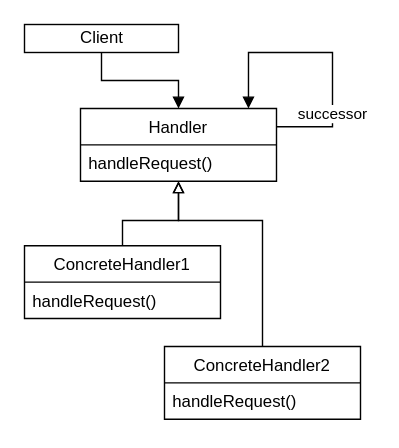
Above: page "ChainOfResponeibility" (13 of 24) of drawio/DesignPatterns.drawio in traendy/patterns-app (draw.io), before the change. Source tidied: cells renumbered, new cells numbered last; positions are measured from the earlier drawing's top-left corner, leaving out a move shared by most shapes. Both pictures are drawn from the tidied source at 140%, with x=0, y=0 at pixel (24, 24).
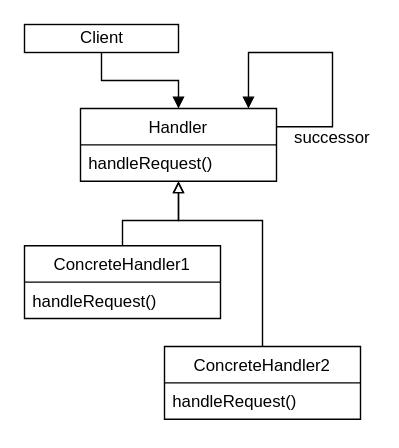
The same page after the edit.

Change to the diagram source:
```diff
@@
 <mxGraphModel>
   <root>
     <mxCell id="0" />
     <mxCell id="1" parent="0" />
     <mxCell id="2" style="edgeStyle=orthogonalEdgeStyle;rounded=0;jumpStyle=sharp;jumpSize=6;jettySize=auto;html=1;entryX=0.5;entryY=0;entryDx=0;entryDy=0;startArrow=none;startFill=0;endArrow=block;endFill=1;" parent="1" edge="1" source="3" target="10">
       <mxGeometry relative="1" as="geometry" />
     </mxCell>
     <mxCell id="3" value="Client" style="html=1;align=center;fillColor=none;" parent="1" vertex="1">
       <mxGeometry width="110" height="20" as="geometry" />
     </mxCell>
     <mxCell id="4" style="edgeStyle=orthogonalEdgeStyle;rounded=0;jumpStyle=sharp;jumpSize=6;jettySize=auto;html=1;startArrow=none;startFill=0;endArrow=block;endFill=0;" parent="1" edge="1" source="5" target="10">
       <mxGeometry relative="1" as="geometry">
         <Array as="points">
           <mxPoint x="70" y="140" />
           <mxPoint x="110" y="140" />
         </Array>
       </mxGeometry>
     </mxCell>
     <mxCell id="5" value="ConcreteHandler1" style="swimlane;fontStyle=0;horizontal=1;startSize=26;fillColor=none;align=center;" parent="1" vertex="1">
       <mxGeometry y="158" width="140" height="52" as="geometry" />
     </mxCell>
     <mxCell id="6" value="handleRequest()" style="text;strokeColor=none;fillColor=none;align=left;verticalAlign=top;spacingLeft=4;spacingRight=4;overflow=hidden;" parent="5" vertex="1">
       <mxGeometry y="26" width="140" height="26" as="geometry" />
     </mxCell>
     <mxCell id="7" style="edgeStyle=orthogonalEdgeStyle;rounded=0;jumpStyle=sharp;jumpSize=6;jettySize=auto;html=1;startArrow=none;startFill=0;endArrow=block;endFill=0;" parent="1" edge="1" source="8" target="10">
       <mxGeometry relative="1" as="geometry">
         <Array as="points">
           <mxPoint x="170" y="140" />
           <mxPoint x="110" y="140" />
         </Array>
       </mxGeometry>
     </mxCell>
     <mxCell id="8" value="ConcreteHandler2" style="swimlane;fontStyle=0;horizontal=1;startSize=26;fillColor=none;align=center;" parent="1" vertex="1">
       <mxGeometry x="100" y="230" width="140" height="52" as="geometry" />
     </mxCell>
     <mxCell id="9" value="handleRequest()" style="text;strokeColor=none;fillColor=none;align=left;verticalAlign=top;spacingLeft=4;spacingRight=4;overflow=hidden;" parent="8" vertex="1">
       <mxGeometry y="26" width="140" height="26" as="geometry" />
     </mxCell>
     <mxCell id="10" value="Handler" style="swimlane;fontStyle=0;horizontal=1;startSize=26;fillColor=none;align=center;" parent="1" vertex="1">
       <mxGeometry x="40" y="60" width="140" height="52" as="geometry" />
     </mxCell>
     <mxCell id="11" value="handleRequest()" style="text;strokeColor=none;fillColor=none;align=left;verticalAlign=top;spacingLeft=4;spacingRight=4;overflow=hidden;" parent="10" vertex="1">
       <mxGeometry y="26" width="140" height="26" as="geometry" />
     </mxCell>
-    <mxCell id="12" value="successor" style="html=1;verticalAlign=bottom;endArrow=block;exitX=1;exitY=0.25;exitDx=0;exitDy=0;entryX=0.857;entryY=0;entryDx=0;entryDy=0;entryPerimeter=0;rounded=0;" parent="1" edge="1" source="10" target="10">
+    <mxCell id="12" style="html=1;verticalAlign=bottom;endArrow=block;exitX=1;exitY=0.25;exitDx=0;exitDy=0;entryX=0.857;entryY=0;entryDx=0;entryDy=0;entryPerimeter=0;rounded=0;" parent="1" edge="1" source="10" target="10">
       <mxGeometry x="-0.59" relative="1" as="geometry">
         <Array as="points">
           <mxPoint x="220" y="73" />
           <mxPoint x="220" y="20" />
           <mxPoint x="160" y="20" />
         </Array>
       </mxGeometry>
     </mxCell>
+    <mxCell id="13" value="successor" style="rounded=0;whiteSpace=wrap;html=1;fillColor=none;strokeColor=none;" parent="1" vertex="1">
+      <mxGeometry x="190" y="70" width="60" height="22" as="geometry" />
+    </mxCell>
   </root>
 </mxGraphModel>
```
